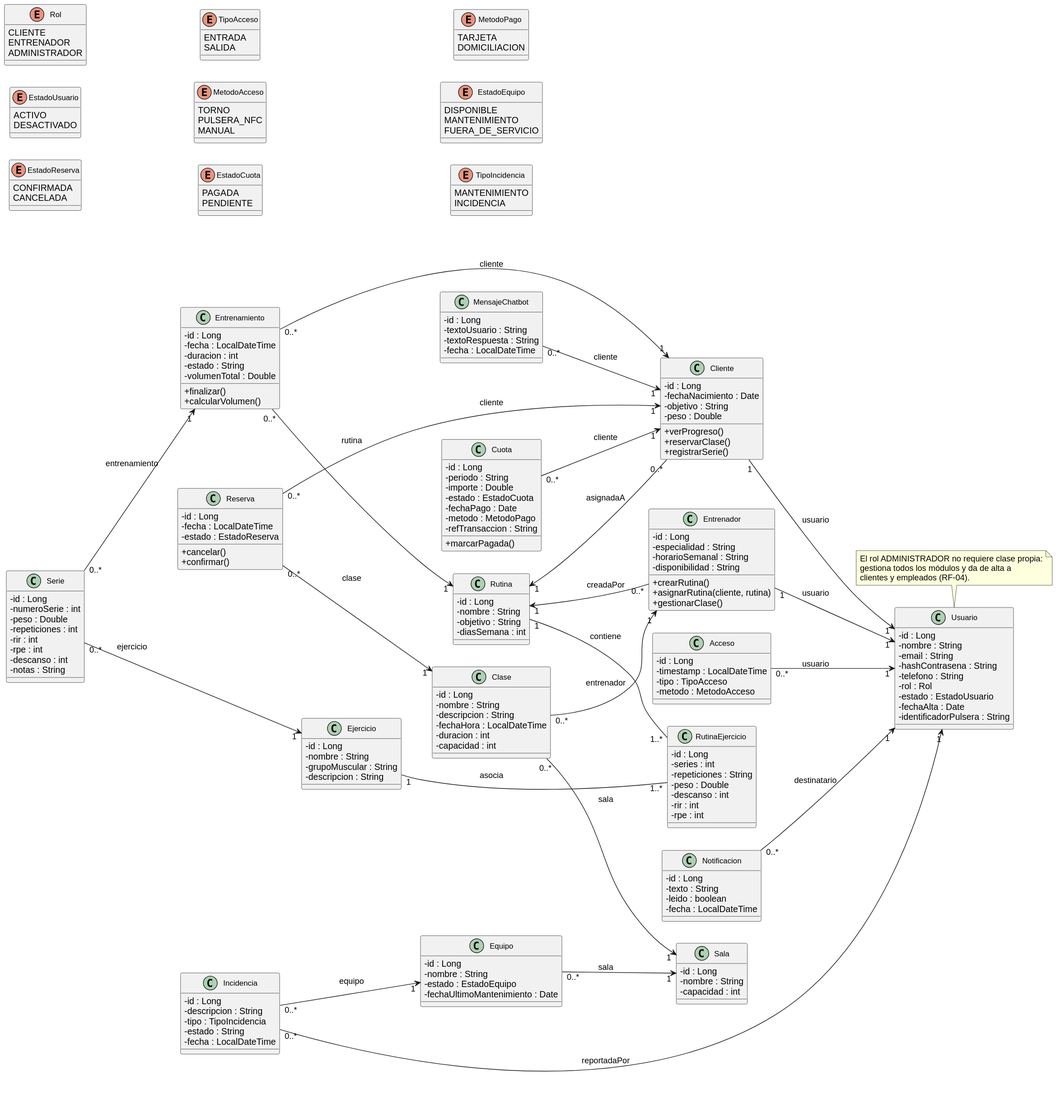
Before: docs/diagramas/clases-bd/_render/clases.svg, a diagram exported from PlantUML (iis8-ua/stadio).
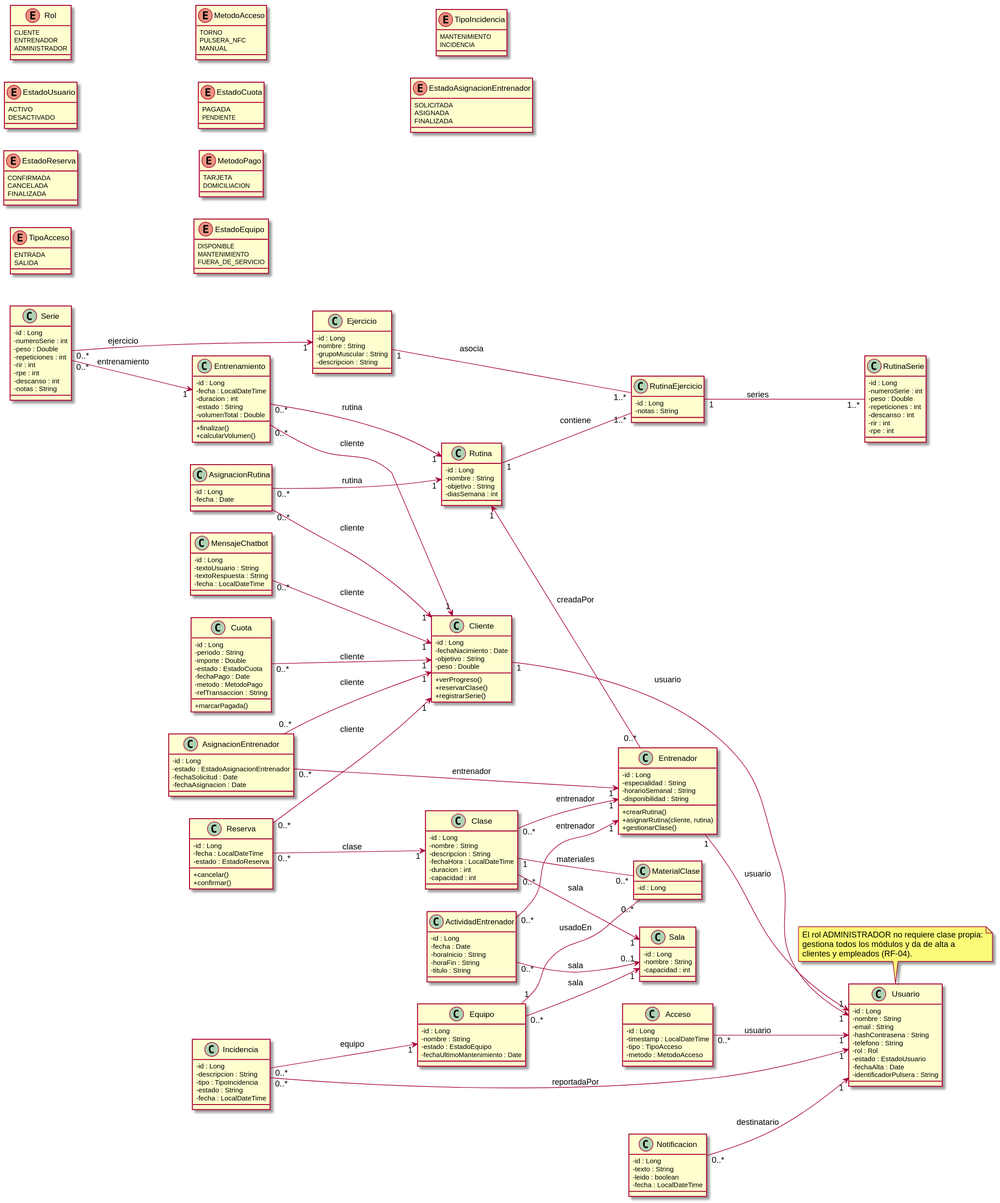
After the change.

What changed in the source:
```diff
@@ -16,6 +16,7 @@
 enum EstadoReserva {
   CONFIRMADA
   CANCELADA
+  FINALIZADA
 }
 enum TipoAcceso {
   ENTRADA
@@ -42,6 +43,11 @@
 enum TipoIncidencia {
   MANTENIMIENTO
   INCIDENCIA
+}
+enum EstadoAsignacionEntrenador {
+  SOLICITADA
+  ASIGNADA
+  FINALIZADA
 }
 
 class Usuario {
@@ -98,9 +104,14 @@
 
 class RutinaEjercicio {
   - id : Long
-  - series : int
-  - repeticiones : String
+  - notas : String
+}
+
+class RutinaSerie {
+  - id : Long
+  - numeroSerie : int
   - peso : Double
+  - repeticiones : int
   - descanso : int
   - rir : int
   - rpe : int
@@ -197,13 +208,42 @@
   - fecha : LocalDateTime
 }
 
+class AsignacionRutina {
+  - id : Long
+  - fecha : Date
+}
+
+class AsignacionEntrenador {
+  - id : Long
+  - estado : EstadoAsignacionEntrenador
+  - fechaSolicitud : Date
+  - fechaAsignacion : Date
+}
+
+class MaterialClase {
+  - id : Long
+}
+
+class ActividadEntrenador {
+  - id : Long
+  - fecha : Date
+  - horaInicio : String
+  - horaFin : String
+  - titulo : String
+}
+
 Cliente "1" --> "1" Usuario : usuario
 Entrenador "1" --> "1" Usuario : usuario
 
 Rutina "1" <-- "0..*" Entrenador : creadaPor
-Rutina "1" <-- "0..*" Cliente : asignadaA
 Rutina "1" -- "1..*" RutinaEjercicio : contiene
 Ejercicio "1" -- "1..*" RutinaEjercicio : asocia
+RutinaEjercicio "1" -- "1..*" RutinaSerie : series
+
+AsignacionRutina "0..*" --> "1" Cliente : cliente
+AsignacionRutina "0..*" --> "1" Rutina : rutina
+AsignacionEntrenador "0..*" --> "1" Cliente : cliente
+AsignacionEntrenador "0..*" --> "1" Entrenador : entrenador
 
 Entrenamiento "0..*" --> "1" Cliente : cliente
 Entrenamiento "0..*" --> "1" Rutina : rutina
@@ -212,8 +252,13 @@
 
 Clase "0..*" --> "1" Sala : sala
 Clase "0..*" --> "1" Entrenador : entrenador
+Clase "1" -- "0..*" MaterialClase : materiales
+Equipo "1" -- "0..*" MaterialClase : usadoEn
 Reserva "0..*" --> "1" Cliente : cliente
 Reserva "0..*" --> "1" Clase : clase
+
+ActividadEntrenador "0..*" --> "1" Entrenador : entrenador
+ActividadEntrenador "0..*" --> "0..1" Sala : sala
 
 Acceso "0..*" --> "1" Usuario : usuario
 
@@ -225,4 +270,5 @@
 
 MensajeChatbot "0..*" --> "1" Cliente : cliente
 Notificacion "0..*" --> "1" Usuario : destinatario
+
 @enduml
```
